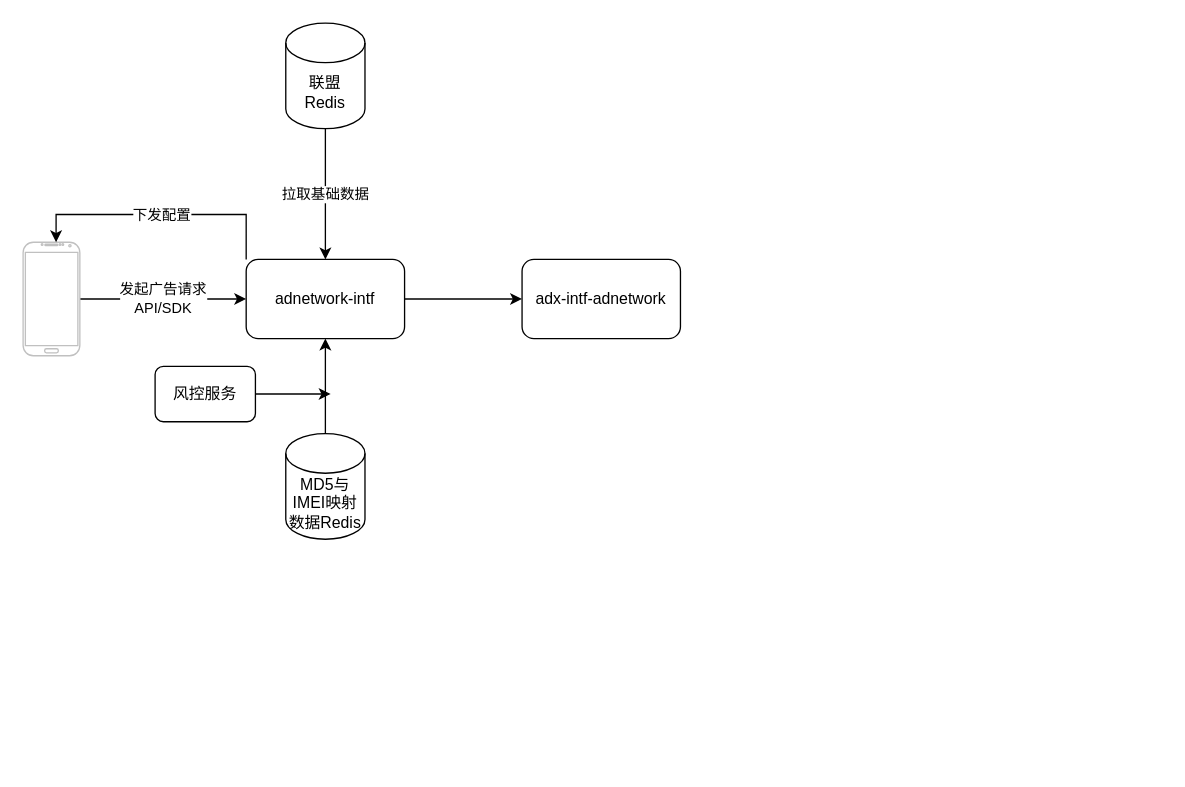
Earlier version of the draw.io diagram 广告投放流程.drawio (hugobbtt/diagrams). Source tidied: cells renumbered, new cells numbered last; positions are measured from the earlier drawing's top-left corner, leaving out a move shared by most shapes. Both pictures are drawn from the tidied source at 132%, with x=0, y=0 at pixel (22, 22).
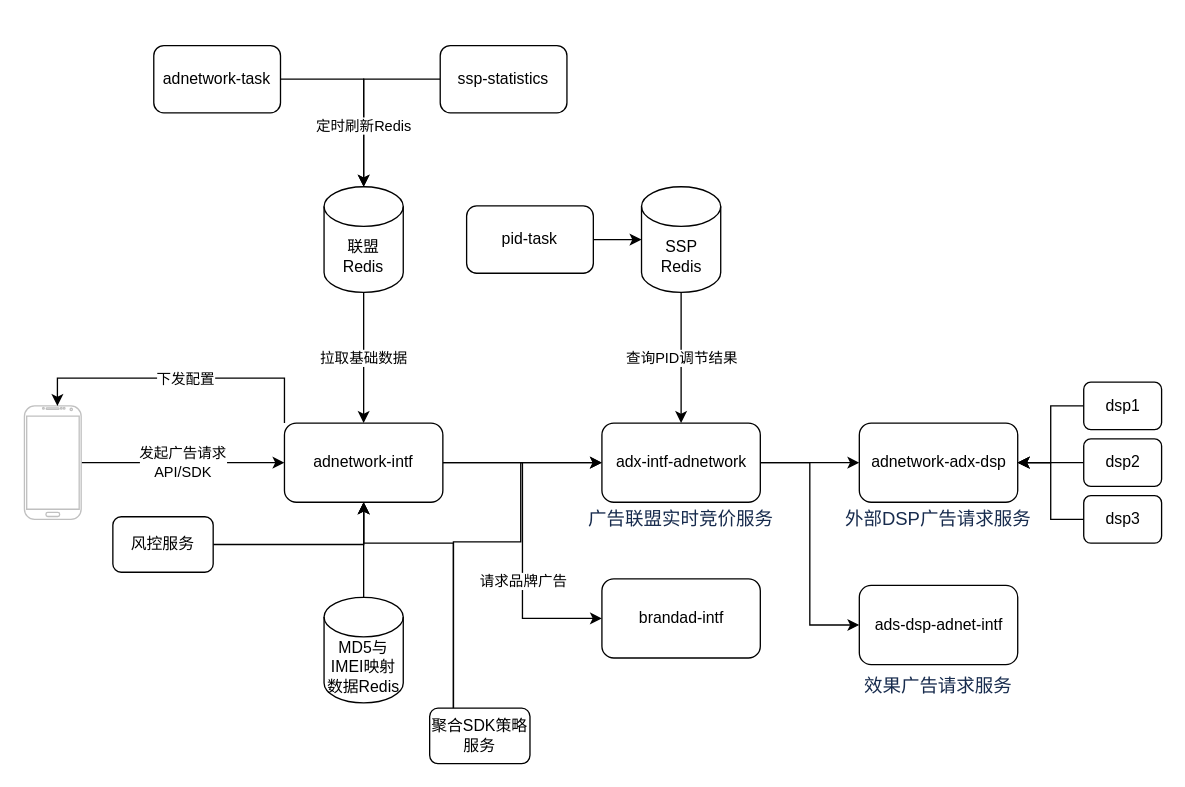
The same page after the edit.

Commit message:
更新广告投放流程.drawio

Diff of the diagram source:
```diff
@@
     <mxCell id="3" style="verticalLabelPosition=bottom;verticalAlign=top;html=1;shadow=0;dashed=0;strokeWidth=1;shape=mxgraph.android.phone2;strokeColor=#c0c0c0;" parent="1" vertex="1">
-      <mxGeometry y="166" width="43" height="86" as="geometry" />
+      <mxGeometry x="1" y="290" width="43" height="86" as="geometry" />
     </mxCell>
     <mxCell id="4" style="edgeStyle=orthogonalEdgeStyle;rounded=0;jettySize=auto;html=1;exitX=0;exitY=0;exitDx=0;exitDy=0;entryX=0.581;entryY=0;entryDx=0;entryDy=0;entryPerimeter=0;" parent="1" edge="1" source="7" target="3">
       <mxGeometry relative="1" as="geometry">
         <Array as="points">
-          <mxPoint x="169" y="145" />
-          <mxPoint x="25" y="145" />
+          <mxPoint x="198" y="269" />
+          <mxPoint x="26" y="269" />
         </Array>
       </mxGeometry>
     </mxCell>
@@
+    <mxCell id="15" style="edgeStyle=orthogonalEdgeStyle;rounded=0;jettySize=auto;html=1;exitX=1;exitY=0.5;exitDx=0;exitDy=0;entryX=0;entryY=0.5;entryDx=0;entryDy=0;" parent="1" edge="1" source="7" target="33">
+      <mxGeometry relative="1" as="geometry" />
+    </mxCell>
+    <mxCell id="16" value="请求品牌广告" style="edgeLabel;html=1;align=center;verticalAlign=middle;" parent="15" vertex="1">
+      <mxGeometry x="0.26" relative="1" as="geometry" />
+    </mxCell>
     <mxCell id="7" value="adnetwork-intf" style="rounded=1;whiteSpace=wrap;html=1;" parent="1" vertex="1">
-      <mxGeometry x="169" y="179" width="120" height="60" as="geometry" />
+      <mxGeometry x="198" y="303" width="120" height="60" as="geometry" />
     </mxCell>
@@
     <mxCell id="9" value="联盟&lt;br&gt;Redis" style="shape=cylinder3;whiteSpace=wrap;html=1;boundedLbl=1;backgroundOutline=1;size=15;" parent="1" vertex="1">
-      <mxGeometry x="199" width="60" height="80" as="geometry" />
+      <mxGeometry x="228" y="124" width="60" height="80" as="geometry" />
     </mxCell>
+    <mxCell id="17" style="edgeStyle=orthogonalEdgeStyle;rounded=0;jettySize=auto;html=1;entryX=0;entryY=0.5;entryDx=0;entryDy=0;" parent="1" edge="1" source="10" target="21">
+      <mxGeometry relative="1" as="geometry" />
+    </mxCell>
+    <mxCell id="18" style="edgeStyle=orthogonalEdgeStyle;rounded=0;jettySize=auto;html=1;exitX=1;exitY=0.5;exitDx=0;exitDy=0;entryX=0;entryY=0.5;entryDx=0;entryDy=0;" parent="1" edge="1" source="10" target="23">
+      <mxGeometry relative="1" as="geometry" />
+    </mxCell>
     <mxCell id="10" value="adx-intf-adnetwork" style="rounded=1;whiteSpace=wrap;html=1;" parent="1" vertex="1">
-      <mxGeometry x="378" y="179" width="120" height="60" as="geometry" />
+      <mxGeometry x="438.5" y="303" width="120" height="60" as="geometry" />
     </mxCell>
@@
     <mxCell id="12" value="MD5与IMEI映射数据Redis" style="shape=cylinder3;whiteSpace=wrap;html=1;boundedLbl=1;backgroundOutline=1;size=15;" parent="1" vertex="1">
-      <mxGeometry x="199" y="311" width="60" height="80" as="geometry" />
+      <mxGeometry x="228" y="435" width="60" height="80" as="geometry" />
     </mxCell>
-    <mxCell id="13" style="edgeStyle=orthogonalEdgeStyle;rounded=0;jettySize=auto;html=1;" parent="1" edge="1" source="14">
-      <mxGeometry relative="1" as="geometry">
-        <mxPoint x="233" y="281" as="targetPoint" />
-      </mxGeometry>
-    </mxCell>
+    <mxCell id="19" style="edgeStyle=orthogonalEdgeStyle;rounded=0;jettySize=auto;html=1;exitX=1;exitY=0.5;exitDx=0;exitDy=0;entryX=0.5;entryY=1;entryDx=0;entryDy=0;" parent="1" edge="1" source="14" target="7">
+      <mxGeometry relative="1" as="geometry" />
+    </mxCell>
     <mxCell id="14" value="风控服务" style="rounded=1;whiteSpace=wrap;html=1;" parent="1" vertex="1">
-      <mxGeometry x="100" y="260" width="76" height="42" as="geometry" />
+      <mxGeometry x="68" y="374" width="76" height="42" as="geometry" />
     </mxCell>
+    <mxCell id="20" value="&lt;span style=&quot;color: rgb(23 , 43 , 77) ; font-family: , &amp;#34;blinkmacsystemfont&amp;#34; , &amp;#34;segoe ui&amp;#34; , &amp;#34;roboto&amp;#34; , &amp;#34;oxygen&amp;#34; , &amp;#34;ubuntu&amp;#34; , &amp;#34;fira sans&amp;#34; , &amp;#34;droid sans&amp;#34; , &amp;#34;helvetica neue&amp;#34; , sans-serif ; font-size: 14px ; text-align: left ; background-color: rgb(255 , 255 , 255)&quot;&gt;广告联盟实时竞价服务&lt;/span&gt;" style="text;html=1;strokeColor=none;fillColor=none;align=center;verticalAlign=middle;whiteSpace=wrap;rounded=0;" parent="1" vertex="1">
+      <mxGeometry x="427" y="366" width="143" height="20" as="geometry" />
+    </mxCell>
+    <mxCell id="21" value="adnetwork-adx-dsp" style="rounded=1;whiteSpace=wrap;html=1;" parent="1" vertex="1">
+      <mxGeometry x="633.5" y="303" width="120" height="60" as="geometry" />
+    </mxCell>
+    <mxCell id="22" value="&lt;span style=&quot;color: rgb(23 , 43 , 77) ; font-family: , &amp;#34;blinkmacsystemfont&amp;#34; , &amp;#34;segoe ui&amp;#34; , &amp;#34;roboto&amp;#34; , &amp;#34;oxygen&amp;#34; , &amp;#34;ubuntu&amp;#34; , &amp;#34;fira sans&amp;#34; , &amp;#34;droid sans&amp;#34; , &amp;#34;helvetica neue&amp;#34; , sans-serif ; font-size: 14px ; text-align: left ; background-color: rgb(255 , 255 , 255)&quot;&gt;外部DSP广告请求服务&lt;/span&gt;" style="text;html=1;strokeColor=none;fillColor=none;align=center;verticalAlign=middle;whiteSpace=wrap;rounded=0;" parent="1" vertex="1">
+      <mxGeometry x="619" y="366" width="149" height="20" as="geometry" />
+    </mxCell>
+    <mxCell id="23" value="ads-dsp-adnet-intf" style="rounded=1;whiteSpace=wrap;html=1;" parent="1" vertex="1">
+      <mxGeometry x="633.5" y="426" width="120" height="60" as="geometry" />
+    </mxCell>
+    <mxCell id="24" value="&lt;span style=&quot;color: rgb(23 , 43 , 77) ; font-family: , &amp;#34;blinkmacsystemfont&amp;#34; , &amp;#34;segoe ui&amp;#34; , &amp;#34;roboto&amp;#34; , &amp;#34;oxygen&amp;#34; , &amp;#34;ubuntu&amp;#34; , &amp;#34;fira sans&amp;#34; , &amp;#34;droid sans&amp;#34; , &amp;#34;helvetica neue&amp;#34; , sans-serif ; font-size: 14px ; text-align: left ; background-color: rgb(255 , 255 , 255)&quot;&gt;效果广告请求服务&lt;/span&gt;" style="text;html=1;strokeColor=none;fillColor=none;align=center;verticalAlign=middle;whiteSpace=wrap;rounded=0;" parent="1" vertex="1">
+      <mxGeometry x="619" y="492" width="149" height="20" as="geometry" />
+    </mxCell>
+    <mxCell id="25" style="edgeStyle=orthogonalEdgeStyle;rounded=0;jettySize=auto;html=1;entryX=1;entryY=0.5;entryDx=0;entryDy=0;" parent="1" edge="1" source="26" target="21">
+      <mxGeometry relative="1" as="geometry" />
+    </mxCell>
+    <mxCell id="26" value="dsp1" style="rounded=1;whiteSpace=wrap;html=1;" parent="1" vertex="1">
+      <mxGeometry x="803.5" y="272" width="59" height="36" as="geometry" />
+    </mxCell>
+    <mxCell id="27" style="edgeStyle=orthogonalEdgeStyle;rounded=0;jettySize=auto;html=1;entryX=1;entryY=0.5;entryDx=0;entryDy=0;" parent="1" edge="1" source="28" target="21">
+      <mxGeometry relative="1" as="geometry" />
+    </mxCell>
+    <mxCell id="28" value="dsp2" style="rounded=1;whiteSpace=wrap;html=1;" parent="1" vertex="1">
+      <mxGeometry x="803.5" y="315" width="59" height="36" as="geometry" />
+    </mxCell>
+    <mxCell id="29" style="edgeStyle=orthogonalEdgeStyle;rounded=0;jettySize=auto;html=1;entryX=1;entryY=0.5;entryDx=0;entryDy=0;" parent="1" edge="1" source="30" target="21">
+      <mxGeometry relative="1" as="geometry" />
+    </mxCell>
+    <mxCell id="30" value="dsp3" style="rounded=1;whiteSpace=wrap;html=1;" parent="1" vertex="1">
+      <mxGeometry x="803.5" y="358" width="59" height="36" as="geometry" />
+    </mxCell>
+    <mxCell id="31" value="查询PID调节结果" style="edgeStyle=orthogonalEdgeStyle;rounded=0;jettySize=auto;html=1;entryX=0.5;entryY=0;entryDx=0;entryDy=0;" parent="1" edge="1" source="32" target="10">
+      <mxGeometry relative="1" as="geometry" />
+    </mxCell>
+    <mxCell id="32" value="SSP&lt;br&gt;Redis" style="shape=cylinder3;whiteSpace=wrap;html=1;boundedLbl=1;backgroundOutline=1;size=15;" parent="1" vertex="1">
+      <mxGeometry x="468.5" y="124" width="60" height="80" as="geometry" />
+    </mxCell>
+    <mxCell id="33" value="brandad-intf" style="rounded=1;whiteSpace=wrap;html=1;" parent="1" vertex="1">
+      <mxGeometry x="438.5" y="421" width="120" height="60" as="geometry" />
+    </mxCell>
+    <mxCell id="34" style="edgeStyle=orthogonalEdgeStyle;rounded=0;jettySize=auto;html=1;" parent="1" edge="1" source="35" target="9">
+      <mxGeometry relative="1" as="geometry" />
+    </mxCell>
+    <mxCell id="35" value="adnetwork-task" style="rounded=1;whiteSpace=wrap;html=1;" parent="1" vertex="1">
+      <mxGeometry x="99" y="17" width="96" height="51" as="geometry" />
+    </mxCell>
+    <mxCell id="36" value="定时刷新Redis" style="edgeStyle=orthogonalEdgeStyle;rounded=0;jettySize=auto;html=1;entryX=0.5;entryY=0;entryDx=0;entryDy=0;entryPerimeter=0;" parent="1" edge="1" source="37" target="9">
+      <mxGeometry x="0.33" relative="1" as="geometry" />
+    </mxCell>
+    <mxCell id="37" value="ssp-statistics" style="rounded=1;whiteSpace=wrap;html=1;" parent="1" vertex="1">
+      <mxGeometry x="316" y="17" width="96" height="51" as="geometry" />
+    </mxCell>
+    <mxCell id="38" style="edgeStyle=orthogonalEdgeStyle;rounded=0;jettySize=auto;html=1;entryX=0;entryY=0.5;entryDx=0;entryDy=0;entryPerimeter=0;" parent="1" edge="1" source="39" target="32">
+      <mxGeometry relative="1" as="geometry" />
+    </mxCell>
+    <mxCell id="39" value="pid-task" style="rounded=1;whiteSpace=wrap;html=1;" parent="1" vertex="1">
+      <mxGeometry x="336" y="138.5" width="96" height="51" as="geometry" />
+    </mxCell>
+    <mxCell id="40" style="edgeStyle=orthogonalEdgeStyle;rounded=0;jettySize=auto;html=1;entryX=0.5;entryY=1;entryDx=0;entryDy=0;" parent="1" edge="1" source="42" target="7">
+      <mxGeometry relative="1" as="geometry">
+        <Array as="points">
+          <mxPoint x="326" y="394" />
+          <mxPoint x="258" y="394" />
+        </Array>
+      </mxGeometry>
+    </mxCell>
+    <mxCell id="41" style="edgeStyle=orthogonalEdgeStyle;rounded=0;jettySize=auto;html=1;entryX=0;entryY=0.5;entryDx=0;entryDy=0;" parent="1" edge="1" source="42" target="10">
+      <mxGeometry relative="1" as="geometry">
+        <Array as="points">
+          <mxPoint x="326" y="393" />
+          <mxPoint x="377" y="393" />
+          <mxPoint x="377" y="333" />
+        </Array>
+      </mxGeometry>
+    </mxCell>
+    <mxCell id="42" value="聚合SDK策略服务" style="rounded=1;whiteSpace=wrap;html=1;" parent="1" vertex="1">
+      <mxGeometry x="308" y="519" width="76" height="42" as="geometry" />
+    </mxCell>
```
